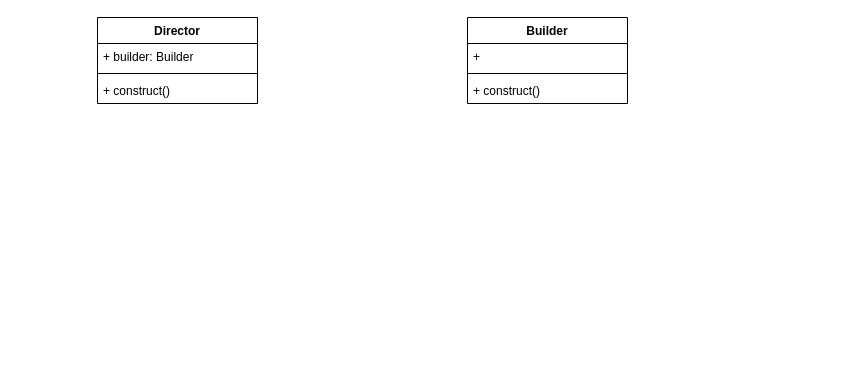
zhouyuming/MyNotes keeps this draw.io diagram as 设计模式/C语言设计模式/建造者模式.drawio. Above is the earlier version. Source tidied: cells renumbered, new cells numbered last; positions are measured from the earlier drawing's top-left corner, leaving out a move shared by most shapes. Both pictures are drawn from the tidied source at 100%, with x=0, y=0 at pixel (97, 17).
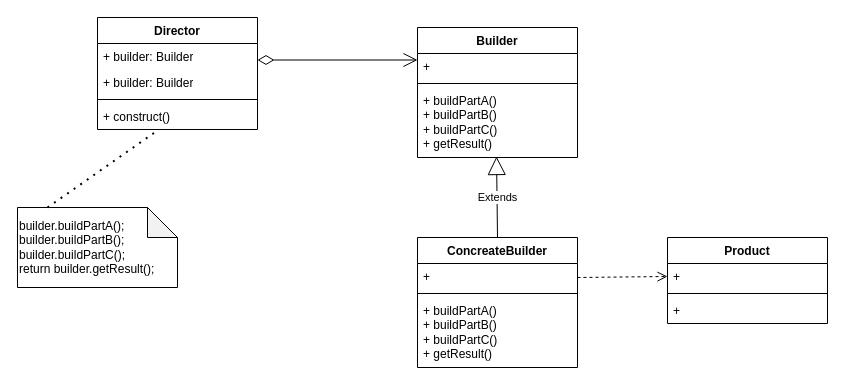
After the change.

Commit message (it also covers changes not shown here):
更新建造者模式.drawio

The edit, as a diff of the source:
```diff
@@
     <mxCell id="2" value="Director" style="swimlane;fontStyle=1;align=center;verticalAlign=top;horizontal=1;startSize=26;whiteSpace=wrap;html=1;" parent="1" vertex="1">
-      <mxGeometry width="160" height="86" as="geometry" />
+      <mxGeometry width="160" height="112" as="geometry" />
     </mxCell>
@@
+    <mxCell id="10" value="+ builder: Builder" style="text;strokeColor=none;fillColor=none;align=left;verticalAlign=top;spacingLeft=4;spacingRight=4;overflow=hidden;whiteSpace=wrap;html=1;" parent="2" vertex="1">
+      <mxGeometry y="52" width="160" height="26" as="geometry" />
+    </mxCell>
     <mxCell id="4" style="line;strokeWidth=1;fillColor=none;align=left;verticalAlign=middle;spacingTop=-1;spacingLeft=3;spacingRight=3;labelPosition=right;strokeColor=inherit;" parent="2" vertex="1">
-      <mxGeometry y="52" width="160" height="8" as="geometry" />
+      <mxGeometry y="78" width="160" height="8" as="geometry" />
     </mxCell>
     <mxCell id="5" value="+ construct()" style="text;strokeColor=none;fillColor=none;align=left;verticalAlign=top;spacingLeft=4;spacingRight=4;overflow=hidden;points=[[0,0.5],[1,0.5]];portConstraint=eastwest;whiteSpace=wrap;html=1;" parent="2" vertex="1">
-      <mxGeometry y="60" width="160" height="26" as="geometry" />
+      <mxGeometry y="86" width="160" height="26" as="geometry" />
     </mxCell>
     <mxCell id="6" value="Builder" style="swimlane;fontStyle=1;align=center;verticalAlign=top;horizontal=1;startSize=26;whiteSpace=wrap;html=1;" parent="1" vertex="1">
-      <mxGeometry x="370" width="160" height="86" as="geometry" />
+      <mxGeometry x="320" y="10" width="160" height="130" as="geometry" />
     </mxCell>
@@
-    <mxCell id="9" value="+ construct()" style="text;strokeColor=none;fillColor=none;align=left;verticalAlign=top;spacingLeft=4;spacingRight=4;overflow=hidden;points=[[0,0.5],[1,0.5]];portConstraint=eastwest;whiteSpace=wrap;html=1;" parent="6" vertex="1">
-      <mxGeometry y="60" width="160" height="26" as="geometry" />
+    <mxCell id="9" value="+ buildPartA()&lt;div&gt;+ buildPartB()&lt;/div&gt;&lt;div&gt;+ buildPartC()&lt;/div&gt;&lt;div&gt;+ getResult()&lt;/div&gt;" style="text;strokeColor=none;fillColor=none;align=left;verticalAlign=top;spacingLeft=4;spacingRight=4;overflow=hidden;points=[[0,0.5],[1,0.5]];portConstraint=eastwest;whiteSpace=wrap;html=1;" parent="6" vertex="1">
+      <mxGeometry y="60" width="160" height="70" as="geometry" />
     </mxCell>
+    <mxCell id="11" value="builder.buildPartA();&lt;div&gt;builder.buildPartB();&lt;div&gt;builder.buildPartC();&lt;div&gt;return builder.getResult();&lt;/div&gt;&lt;/div&gt;&lt;/div&gt;" style="shape=note;whiteSpace=wrap;html=1;backgroundOutline=1;darkOpacity=0.05;align=left;" parent="1" vertex="1">
+      <mxGeometry x="-80" y="190" width="160" height="80" as="geometry" />
+    </mxCell>
+    <mxCell id="12" value="ConcreateBuilder" style="swimlane;fontStyle=1;align=center;verticalAlign=top;horizontal=1;startSize=26;whiteSpace=wrap;html=1;" parent="1" vertex="1">
+      <mxGeometry x="320" y="220" width="160" height="130" as="geometry" />
+    </mxCell>
+    <mxCell id="13" value="Extends" style="endArrow=block;endSize=16;endFill=0;html=1;rounded=0;entryX=0.494;entryY=0.986;entryDx=0;entryDy=0;entryPerimeter=0;" parent="12" edge="1" target="9">
+      <mxGeometry relative="1" as="geometry">
+        <mxPoint x="80" as="sourcePoint" />
+      </mxGeometry>
+    </mxCell>
+    <mxCell id="14" value="+&amp;nbsp;" style="text;strokeColor=none;fillColor=none;align=left;verticalAlign=top;spacingLeft=4;spacingRight=4;overflow=hidden;whiteSpace=wrap;html=1;" parent="12" vertex="1">
+      <mxGeometry y="26" width="160" height="26" as="geometry" />
+    </mxCell>
+    <mxCell id="15" style="html=1;verticalAlign=bottom;endArrow=open;dashed=1;endSize=8;curved=0;rounded=0;entryX=0;entryY=0.5;entryDx=0;entryDy=0;" parent="12" edge="1" target="21">
+      <mxGeometry relative="1" as="geometry">
+        <mxPoint x="160" y="40" as="sourcePoint" />
+      </mxGeometry>
+    </mxCell>
+    <mxCell id="16" style="line;strokeWidth=1;fillColor=none;align=left;verticalAlign=middle;spacingTop=-1;spacingLeft=3;spacingRight=3;labelPosition=right;strokeColor=inherit;" parent="12" vertex="1">
+      <mxGeometry y="52" width="160" height="8" as="geometry" />
+    </mxCell>
+    <mxCell id="17" value="+ buildPartA()&lt;div&gt;+ buildPartB()&lt;/div&gt;&lt;div&gt;+ buildPartC()&lt;/div&gt;&lt;div&gt;+ getResult()&lt;/div&gt;" style="text;strokeColor=none;fillColor=none;align=left;verticalAlign=top;spacingLeft=4;spacingRight=4;overflow=hidden;whiteSpace=wrap;html=1;" parent="12" vertex="1">
+      <mxGeometry y="60" width="160" height="70" as="geometry" />
+    </mxCell>
+    <mxCell id="18" style="endArrow=open;html=1;endSize=12;startArrow=diamondThin;startSize=14;startFill=0;edgeStyle=orthogonalEdgeStyle;align=left;verticalAlign=bottom;rounded=0;" parent="1" edge="1">
+      <mxGeometry x="-1" y="3" relative="1" as="geometry">
+        <mxPoint x="160" y="42.5" as="sourcePoint" />
+        <mxPoint x="320" y="42.5" as="targetPoint" />
+      </mxGeometry>
+    </mxCell>
+    <mxCell id="19" style="endArrow=none;dashed=1;html=1;dashPattern=1 3;strokeWidth=2;rounded=0;" parent="1" edge="1" target="5">
+      <mxGeometry relative="1" as="geometry">
+        <mxPoint x="-50" y="190" as="sourcePoint" />
+      </mxGeometry>
+    </mxCell>
+    <mxCell id="20" value="Product" style="swimlane;fontStyle=1;align=center;verticalAlign=top;horizontal=1;startSize=26;whiteSpace=wrap;html=1;" parent="1" vertex="1">
+      <mxGeometry x="570" y="220" width="160" height="86" as="geometry" />
+    </mxCell>
+    <mxCell id="21" value="+&amp;nbsp;" style="text;strokeColor=none;fillColor=none;align=left;verticalAlign=top;spacingLeft=4;spacingRight=4;overflow=hidden;points=[[0,0.5],[1,0.5]];portConstraint=eastwest;whiteSpace=wrap;html=1;" parent="20" vertex="1">
+      <mxGeometry y="26" width="160" height="26" as="geometry" />
+    </mxCell>
+    <mxCell id="22" style="line;strokeWidth=1;fillColor=none;align=left;verticalAlign=middle;spacingTop=-1;spacingLeft=3;spacingRight=3;labelPosition=right;strokeColor=inherit;" parent="20" vertex="1">
+      <mxGeometry y="52" width="160" height="8" as="geometry" />
+    </mxCell>
+    <mxCell id="23" value="+&amp;nbsp;" style="text;strokeColor=none;fillColor=none;align=left;verticalAlign=top;spacingLeft=4;spacingRight=4;overflow=hidden;whiteSpace=wrap;html=1;" parent="20" vertex="1">
+      <mxGeometry y="60" width="160" height="26" as="geometry" />
+    </mxCell>
```
